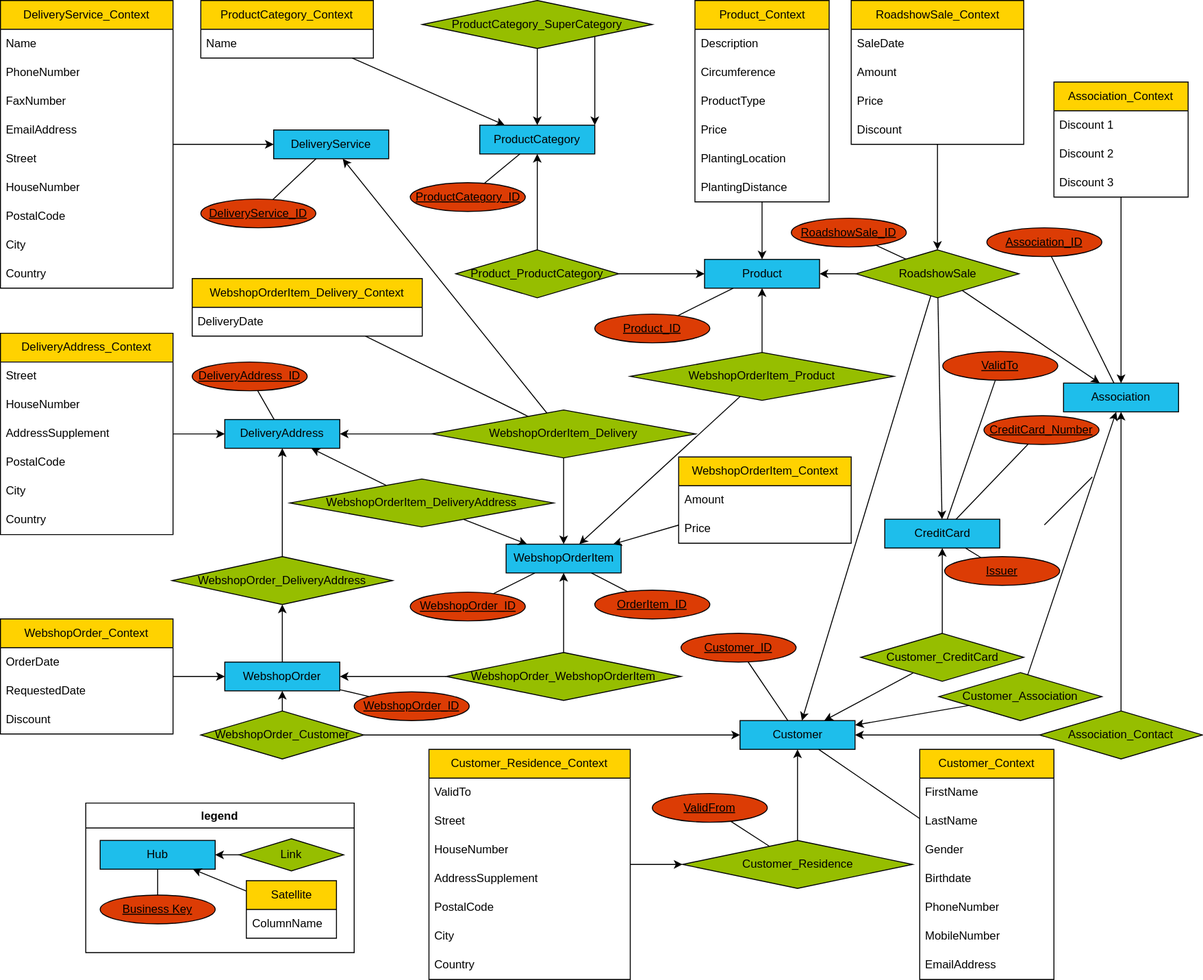
Above: static/U02/willibald_datavault.svg in hsh-bis242/hsh-bi-class (draw.io), before the change. Source tidied: cells renumbered, new cells last; positions are measured from the earlier drawing's top-left corner, leaving out a move shared by most shapes.
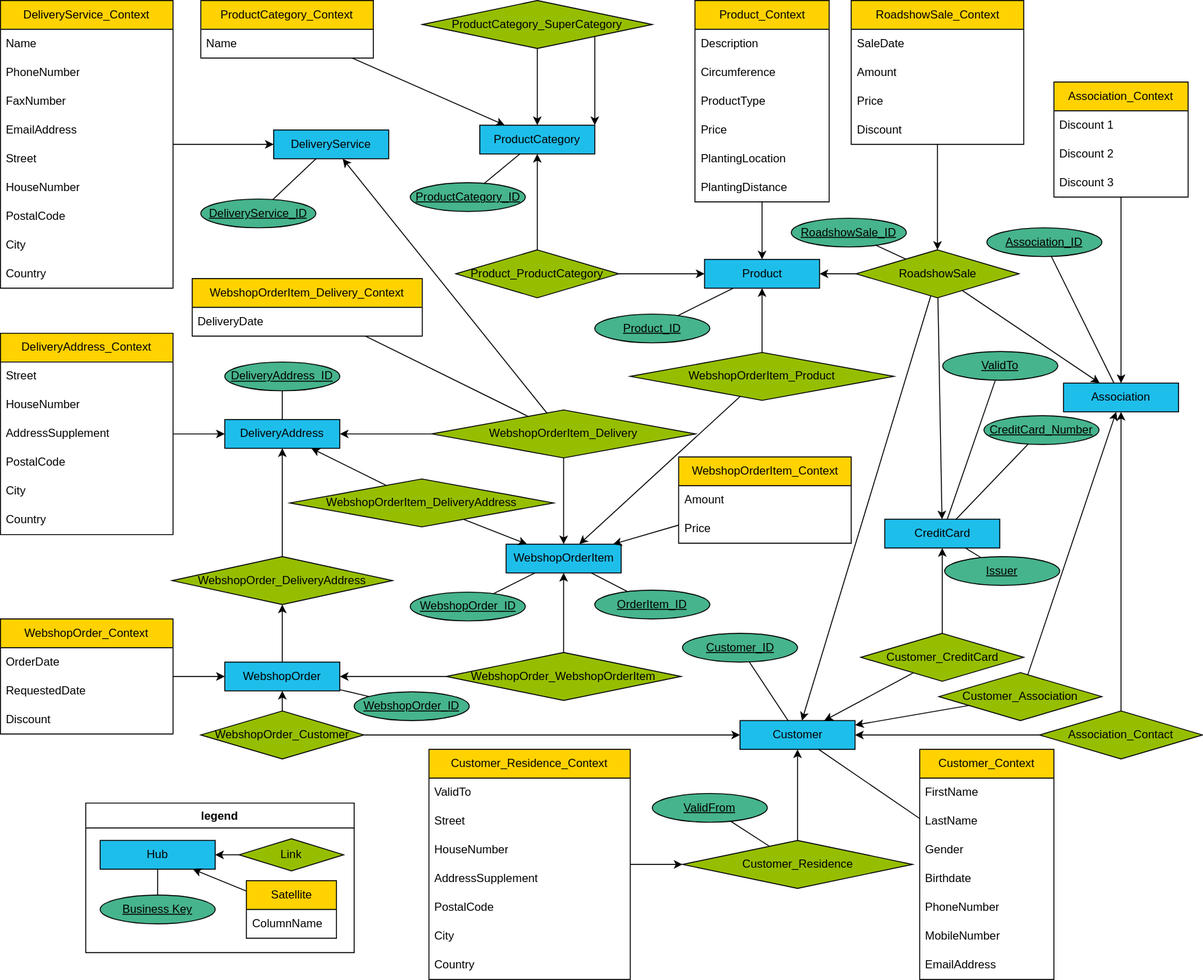
The same file after the commit.

Commit message:
Changes the color of BKs in the dv diagram

Diff of the diagram source:
```diff
@@ -23,7 +23,7 @@
     <mxCell id="8" value="Discount" style="text;strokeColor=none;fillColor=none;align=left;verticalAlign=middle;spacingLeft=4;spacingRight=4;overflow=hidden;whiteSpace=wrap;html=1;" parent="4" vertex="1">
       <mxGeometry y="120" width="180" height="30" as="geometry" />
     </mxCell>
-    <mxCell id="9" value="&lt;u&gt;Roadshow&lt;/u&gt;&lt;u style=&quot;background-color: initial;&quot;&gt;Sale_ID&lt;/u&gt;" style="ellipse;whiteSpace=wrap;html=1;fillColor=#DC3C05;" parent="1" vertex="1">
+    <mxCell id="9" value="&lt;u&gt;Roadshow&lt;/u&gt;&lt;u style=&quot;background-color: initial;&quot;&gt;Sale_ID&lt;/u&gt;" style="ellipse;whiteSpace=wrap;html=1;fillColor=#46B48C;" parent="1" vertex="1">
       <mxGeometry x="825" y="227" width="120" height="30" as="geometry" />
     </mxCell>
     <mxCell id="10" style="endArrow=classic;html=1;rounded=0;" parent="1" edge="1" source="4" target="2">
@@ -47,13 +47,13 @@
     <mxCell id="16" style="endArrow=classic;html=1;rounded=0;" parent="1" edge="1" source="14" target="13">
       <mxGeometry relative="1" as="geometry" />
     </mxCell>
-    <mxCell id="17" value="&lt;u&gt;CreditCard_Number&lt;/u&gt;" style="ellipse;whiteSpace=wrap;html=1;fillColor=#DC3C05;" parent="1" vertex="1">
+    <mxCell id="17" value="&lt;u&gt;CreditCard_Number&lt;/u&gt;" style="ellipse;whiteSpace=wrap;html=1;fillColor=#46B48C;" parent="1" vertex="1">
       <mxGeometry x="1026" y="433" width="120" height="30" as="geometry" />
     </mxCell>
-    <mxCell id="18" value="&lt;u&gt;ValidTo&lt;/u&gt;" style="ellipse;whiteSpace=wrap;html=1;fillColor=#DC3C05;" parent="1" vertex="1">
+    <mxCell id="18" value="&lt;u&gt;ValidTo&lt;/u&gt;" style="ellipse;whiteSpace=wrap;html=1;fillColor=#46B48C;" parent="1" vertex="1">
       <mxGeometry x="983" y="366" width="120" height="30" as="geometry" />
     </mxCell>
-    <mxCell id="19" value="&lt;u&gt;Issuer&lt;/u&gt;" style="ellipse;whiteSpace=wrap;html=1;fillColor=#DC3C05;" parent="1" vertex="1">
+    <mxCell id="19" value="&lt;u&gt;Issuer&lt;/u&gt;" style="ellipse;whiteSpace=wrap;html=1;fillColor=#46B48C;" parent="1" vertex="1">
       <mxGeometry x="985" y="580" width="120" height="30" as="geometry" />
     </mxCell>
     <mxCell id="20" style="endArrow=none;html=1;rounded=0;" parent="1" edge="1" source="19" target="13">
@@ -74,13 +74,13 @@
     <mxCell id="25" style="endArrow=classic;html=1;rounded=0;" parent="1" edge="1" source="2" target="3">
       <mxGeometry relative="1" as="geometry" />
     </mxCell>
-    <mxCell id="26" value="&lt;u&gt;Customer_ID&lt;/u&gt;" style="ellipse;whiteSpace=wrap;html=1;fillColor=#DC3C05;" parent="1" vertex="1">
-      <mxGeometry x="710" y="660" width="120" height="30" as="geometry" />
+    <mxCell id="26" value="&lt;u&gt;Customer_ID&lt;/u&gt;" style="ellipse;whiteSpace=wrap;html=1;fillColor=#46B48C;" parent="1" vertex="1">
+      <mxGeometry x="711.5" y="660" width="120" height="30" as="geometry" />
     </mxCell>
     <mxCell id="27" style="endArrow=none;html=1;rounded=0;" parent="1" edge="1" source="26" target="12">
       <mxGeometry relative="1" as="geometry" />
     </mxCell>
-    <mxCell id="28" value="&lt;u&gt;Product_ID&lt;/u&gt;" style="ellipse;whiteSpace=wrap;html=1;fillColor=#DC3C05;" parent="1" vertex="1">
+    <mxCell id="28" value="&lt;u&gt;Product_ID&lt;/u&gt;" style="ellipse;whiteSpace=wrap;html=1;fillColor=#46B48C;" parent="1" vertex="1">
       <mxGeometry x="620" y="327" width="120" height="30" as="geometry" />
     </mxCell>
     <mxCell id="29" style="endArrow=none;html=1;rounded=0;" parent="1" edge="1" source="28" target="3">
@@ -110,7 +110,7 @@
     <mxCell id="37" style="endArrow=classic;html=1;rounded=0;" parent="1" edge="1" source="35" target="12">
       <mxGeometry relative="1" as="geometry" />
     </mxCell>
-    <mxCell id="38" value="&lt;u&gt;Association_ID&lt;/u&gt;" style="ellipse;whiteSpace=wrap;html=1;fillColor=#DC3C05;" parent="1" vertex="1">
+    <mxCell id="38" value="&lt;u&gt;Association_ID&lt;/u&gt;" style="ellipse;whiteSpace=wrap;html=1;fillColor=#46B48C;" parent="1" vertex="1">
       <mxGeometry x="1029" y="237" width="120" height="30" as="geometry" />
     </mxCell>
     <mxCell id="39" style="endArrow=none;html=1;rounded=0;" parent="1" edge="1" source="38" target="30">
@@ -167,7 +167,7 @@
     <mxCell id="56" style="endArrow=classic;html=1;rounded=0;" parent="1" edge="1" source="54" target="53">
       <mxGeometry relative="1" as="geometry" />
     </mxCell>
-    <mxCell id="57" value="&lt;u&gt;ProductCategory_ID&lt;/u&gt;" style="ellipse;whiteSpace=wrap;html=1;fillColor=#DC3C05;" parent="1" vertex="1">
+    <mxCell id="57" value="&lt;u&gt;ProductCategory_ID&lt;/u&gt;" style="ellipse;whiteSpace=wrap;html=1;fillColor=#46B48C;" parent="1" vertex="1">
       <mxGeometry x="427.5" y="190" width="120" height="30" as="geometry" />
     </mxCell>
     <mxCell id="58" style="endArrow=none;html=1;rounded=0;" parent="1" edge="1" source="57" target="53">
@@ -221,7 +221,7 @@
     <mxCell id="74" style="endArrow=classic;html=1;rounded=0;" parent="1" edge="1" source="83" target="12">
       <mxGeometry relative="1" as="geometry" />
     </mxCell>
-    <mxCell id="75" value="&lt;u&gt;WebshopOrder_ID&lt;/u&gt;" style="ellipse;whiteSpace=wrap;html=1;fillColor=#DC3C05;" parent="1" vertex="1">
+    <mxCell id="75" value="&lt;u&gt;WebshopOrder_ID&lt;/u&gt;" style="ellipse;whiteSpace=wrap;html=1;fillColor=#46B48C;" parent="1" vertex="1">
       <mxGeometry x="369" y="721" width="120" height="30" as="geometry" />
     </mxCell>
     <mxCell id="76" style="endArrow=none;html=1;rounded=0;" parent="1" edge="1" source="75" target="82">
@@ -254,8 +254,8 @@
     <mxCell id="85" value="DeliveryAddress" style="rounded=0;whiteSpace=wrap;html=1;fillColor=#1EBEEB;" parent="1" vertex="1">
       <mxGeometry x="234" y="437" width="120" height="30" as="geometry" />
     </mxCell>
-    <mxCell id="86" value="&lt;u&gt;DeliveryAddress_ID&lt;/u&gt;" style="ellipse;whiteSpace=wrap;html=1;fillColor=#DC3C05;" parent="1" vertex="1">
-      <mxGeometry x="200" y="377" width="120" height="30" as="geometry" />
+    <mxCell id="86" value="&lt;u&gt;DeliveryAddress_ID&lt;/u&gt;" style="ellipse;whiteSpace=wrap;html=1;fillColor=#46B48C;" parent="1" vertex="1">
+      <mxGeometry x="234" y="377" width="120" height="30" as="geometry" />
     </mxCell>
     <mxCell id="87" style="endArrow=none;html=1;rounded=0;" parent="1" edge="1" source="86" target="85">
       <mxGeometry relative="1" as="geometry" />
@@ -314,10 +314,10 @@
     <mxCell id="105" style="endArrow=classic;html=1;rounded=0;" parent="1" edge="1" source="103" target="85">
       <mxGeometry relative="1" as="geometry" />
     </mxCell>
-    <mxCell id="106" value="&lt;u&gt;WebshopOrder_ID&lt;/u&gt;" style="ellipse;whiteSpace=wrap;html=1;fillColor=#DC3C05;" parent="1" vertex="1">
+    <mxCell id="106" value="&lt;u&gt;WebshopOrder_ID&lt;/u&gt;" style="ellipse;whiteSpace=wrap;html=1;fillColor=#46B48C;" parent="1" vertex="1">
       <mxGeometry x="427.5" y="617" width="120" height="30" as="geometry" />
     </mxCell>
-    <mxCell id="107" value="&lt;u&gt;OrderItem_ID&lt;/u&gt;" style="ellipse;whiteSpace=wrap;html=1;fillColor=#DC3C05;" parent="1" vertex="1">
+    <mxCell id="107" value="&lt;u&gt;OrderItem_ID&lt;/u&gt;" style="ellipse;whiteSpace=wrap;html=1;fillColor=#46B48C;" parent="1" vertex="1">
       <mxGeometry x="620" y="615" width="120" height="30" as="geometry" />
     </mxCell>
     <mxCell id="108" style="endArrow=none;html=1;rounded=0;" parent="1" edge="1" source="107" target="100">
@@ -353,7 +353,7 @@
     <mxCell id="118" style="endArrow=classic;html=1;rounded=0;" parent="1" edge="1" source="117" target="12">
       <mxGeometry relative="1" as="geometry" />
     </mxCell>
-    <mxCell id="119" value="&lt;u&gt;ValidFrom&lt;/u&gt;" style="ellipse;whiteSpace=wrap;html=1;fillColor=#DC3C05;" parent="1" vertex="1">
+    <mxCell id="119" value="&lt;u&gt;ValidFrom&lt;/u&gt;" style="ellipse;whiteSpace=wrap;html=1;fillColor=#46B48C;" parent="1" vertex="1">
       <mxGeometry x="680" y="827" width="120" height="30" as="geometry" />
     </mxCell>
     <mxCell id="120" style="endArrow=none;html=1;rounded=0;" parent="1" edge="1" source="119" target="117">
@@ -401,7 +401,7 @@
     <mxCell id="134" style="endArrow=classic;html=1;rounded=0;" parent="1" edge="1" source="130" target="133">
       <mxGeometry relative="1" as="geometry" />
     </mxCell>
-    <mxCell id="135" value="&lt;u&gt;DeliveryService_ID&lt;/u&gt;" style="ellipse;whiteSpace=wrap;html=1;fillColor=#DC3C05;" parent="1" vertex="1">
+    <mxCell id="135" value="&lt;u&gt;DeliveryService_ID&lt;/u&gt;" style="ellipse;whiteSpace=wrap;html=1;fillColor=#46B48C;" parent="1" vertex="1">
       <mxGeometry x="209" y="207" width="120" height="30" as="geometry" />
     </mxCell>
     <mxCell id="136" style="endArrow=none;html=1;rounded=0;" parent="1" edge="1" source="135" target="133">
@@ -449,12 +449,6 @@
     <mxCell id="150" style="endArrow=none;html=1;rounded=0;" parent="1" edge="1" source="130" target="148">
       <mxGeometry relative="1" as="geometry" />
     </mxCell>
-    <mxCell id="151" style="endArrow=none;html=1;rounded=0;" parent="1" edge="1">
-      <mxGeometry relative="1" as="geometry">
-        <mxPoint x="1089" y="547" as="sourcePoint" />
-        <mxPoint x="1139" y="497" as="targetPoint" />
-      </mxGeometry>
-    </mxCell>
     <mxCell id="152" style="group;" parent="1" vertex="1">
       <mxGeometry x="89" y="837" width="280" height="156" as="geometry" />
     </mxCell>
@@ -476,7 +470,7 @@
     <mxCell id="158" value="Hub" style="rounded=0;whiteSpace=wrap;html=1;fillColor=#1EBEEB;" parent="155" vertex="1">
       <mxGeometry width="120" height="30" as="geometry" />
     </mxCell>
-    <mxCell id="159" value="&lt;u&gt;Business Key&lt;/u&gt;" style="ellipse;whiteSpace=wrap;html=1;fillColor=#DC3C05;" parent="155" vertex="1">
+    <mxCell id="159" value="&lt;u&gt;Business Key&lt;/u&gt;" style="ellipse;whiteSpace=wrap;html=1;fillColor=#46B48C;" parent="155" vertex="1">
       <mxGeometry y="57" width="120" height="30" as="geometry" />
     </mxCell>
     <mxCell id="160" style="endArrow=classic;html=1;rounded=0;" parent="155" edge="1" source="156" target="158">
```
